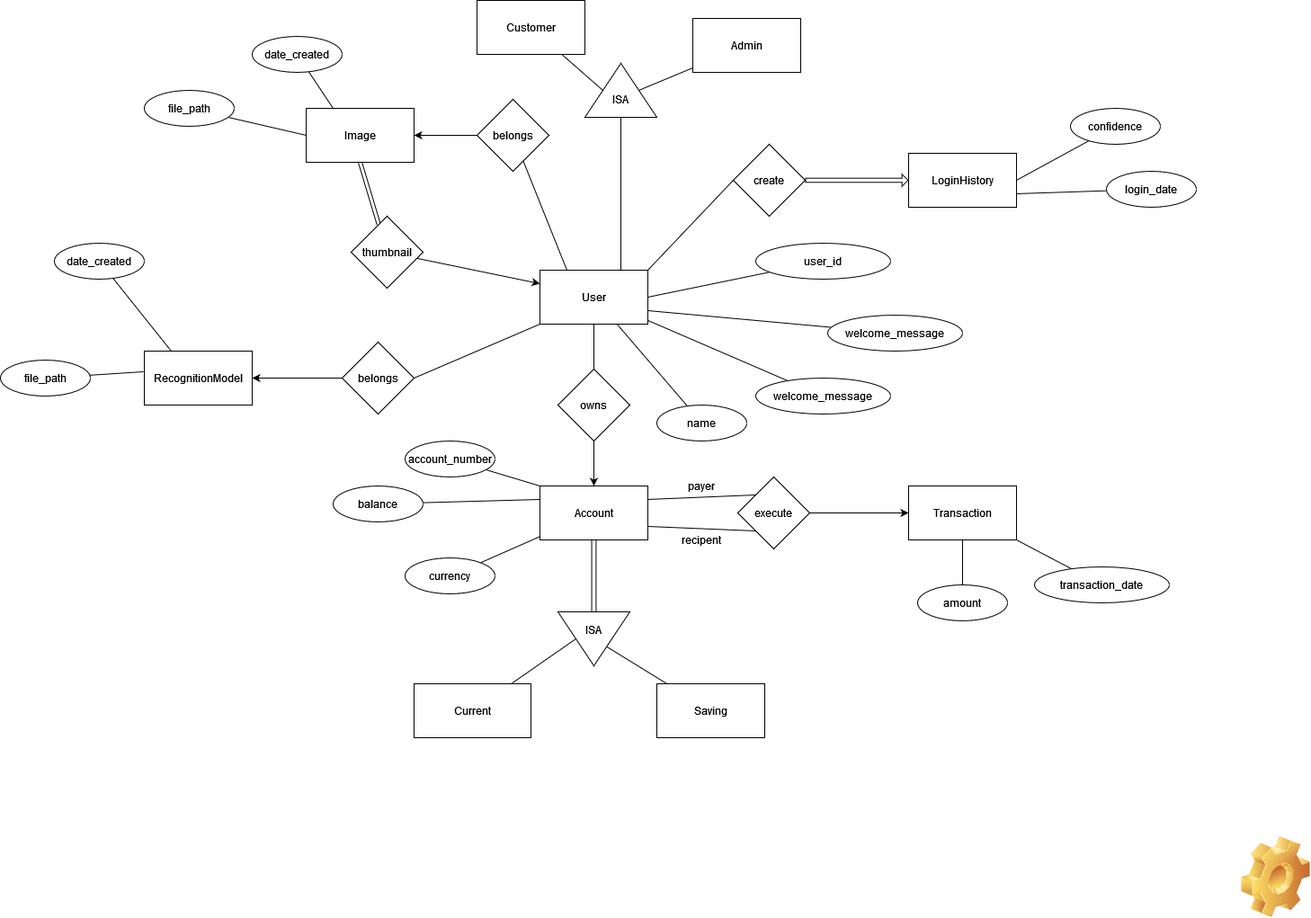
The draw.io diagram er_diagram.png in ivan-ngchakming/Intelligent-Know-Your-Customer, before a commit. Source tidied: cells renumbered, new cells last; positions are measured from the earlier drawing's top-left corner, leaving out a move shared by most shapes.
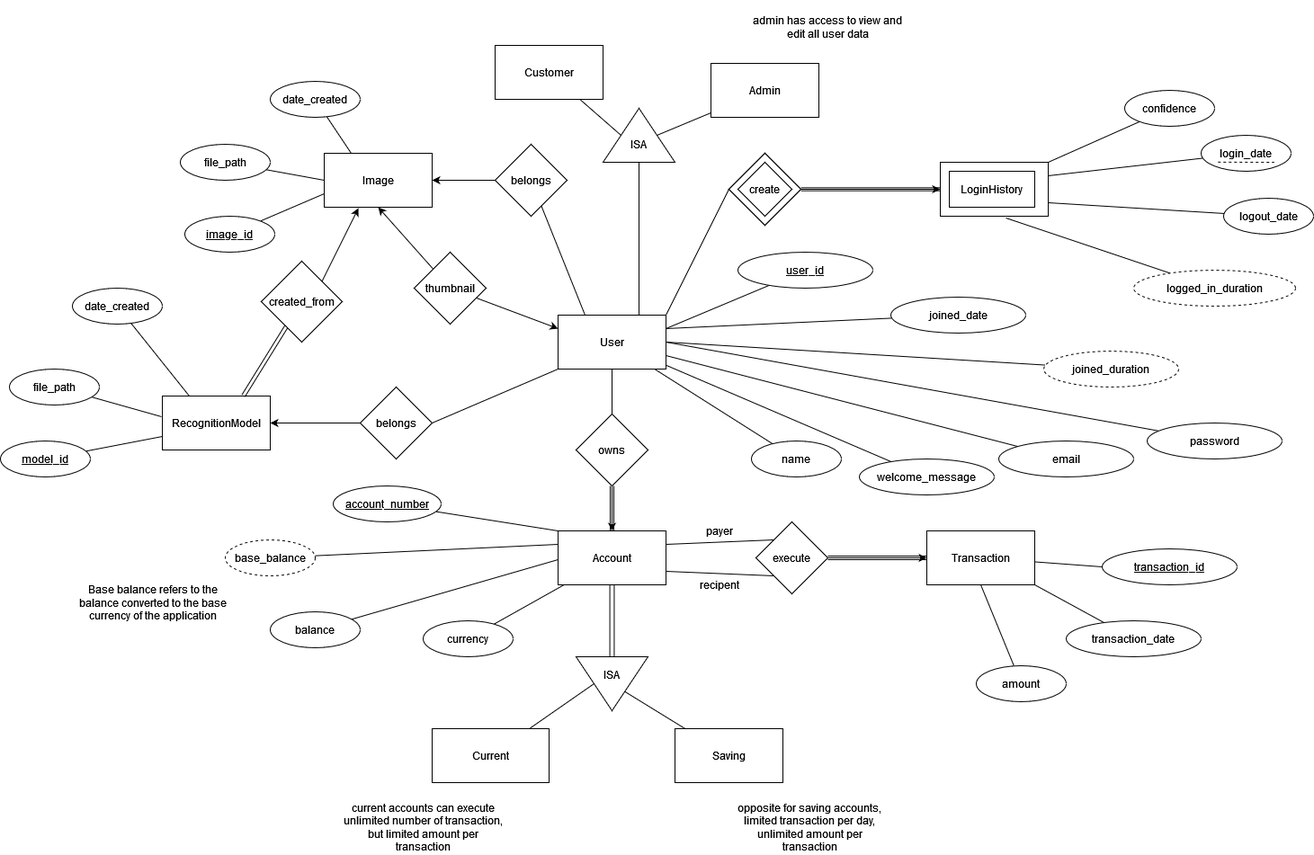
After the change.

What changed in the source:
```diff
@@ -7,14 +7,14 @@
     </mxCell>
-    <mxCell id="3" style="edgeStyle=none;rounded=0;jettySize=auto;html=1;entryX=0;entryY=0.5;entryDx=0;entryDy=0;startArrow=none;startFill=0;endArrow=block;endFill=0;shape=flexArrow;width=4.571428571428571;endSize=1.9542857142857142;endWidth=7.673469387755103;" parent="1" edge="1" source="4" target="13">
+    <mxCell id="3" style="edgeStyle=none;rounded=0;jettySize=auto;html=1;entryX=0;entryY=0.5;entryDx=0;entryDy=0;startArrow=none;startFill=0;endArrow=classic;endFill=1;endWidth=7.673469387755103;" parent="1" edge="1" source="4" target="13">
       <mxGeometry relative="1" as="geometry" />
     </mxCell>
+    <mxCell id="78" style="edgeStyle=none;rounded=0;jettySize=auto;html=1;entryX=0;entryY=0.5;entryDx=0;entryDy=0;endArrow=classic;endFill=1;shape=link;width=3.333333333333332;" parent="1" edge="1" source="4" target="13">
+      <mxGeometry relative="1" as="geometry" />
+    </mxCell>
     <mxCell id="4" value="create" style="rhombus;whiteSpace=wrap;html=1;" parent="1" vertex="1">
-      <mxGeometry x="815" y="160" width="80" height="80" as="geometry" />
+      <mxGeometry x="790" y="120" width="80" height="80" as="geometry" />
     </mxCell>
-    <mxCell id="5" style="edgeStyle=none;rounded=0;jettySize=auto;html=1;entryX=1;entryY=0.75;entryDx=0;entryDy=0;startArrow=none;startFill=0;endArrow=none;endFill=0;" parent="1" edge="1" source="6" target="13">
+    <mxCell id="5" style="edgeStyle=none;rounded=0;jettySize=auto;html=1;entryX=1;entryY=0.25;entryDx=0;entryDy=0;startArrow=none;startFill=0;endArrow=none;endFill=0;" parent="1" edge="1" source="6" target="13">
       <mxGeometry relative="1" as="geometry" />
     </mxCell>
-    <mxCell id="6" value="login_date" style="ellipse;whiteSpace=wrap;html=1;" parent="1" vertex="1">
-      <mxGeometry x="1230" y="190" width="100" height="40" as="geometry" />
-    </mxCell>
     <mxCell id="7" style="edgeStyle=none;rounded=0;jettySize=auto;html=1;startArrow=none;startFill=0;endArrow=none;endFill=0;" parent="1" edge="1" source="8" target="12">
@@ -23,3 +23,3 @@
     <mxCell id="8" value="name" style="ellipse;whiteSpace=wrap;html=1;" parent="1" vertex="1">
-      <mxGeometry x="730" y="450" width="100" height="40" as="geometry" />
+      <mxGeometry x="815" y="440" width="100" height="40" as="geometry" />
     </mxCell>
@@ -29,3 +29,3 @@
     <mxCell id="10" value="welcome_message" style="ellipse;whiteSpace=wrap;html=1;" parent="1" vertex="1">
-      <mxGeometry x="840" y="420" width="150" height="40" as="geometry" />
+      <mxGeometry x="935" y="460" width="150" height="40" as="geometry" />
     </mxCell>
@@ -37,5 +37,2 @@
     </mxCell>
-    <mxCell id="13" value="LoginHistory" style="rounded=0;whiteSpace=wrap;html=1;" parent="1" vertex="1">
-      <mxGeometry x="1010" y="170" width="120" height="60" as="geometry" />
-    </mxCell>
     <mxCell id="14" style="edgeStyle=none;rounded=0;jettySize=auto;html=1;startArrow=none;startFill=0;endArrow=none;endFill=0;strokeWidth=1;exitX=1;exitY=0.25;exitDx=0;exitDy=0;entryX=0;entryY=0;entryDx=0;entryDy=0;" parent="1" edge="1" source="16" target="28">
@@ -46,2 +43,5 @@
     </mxCell>
+    <mxCell id="79" style="edgeStyle=none;shape=link;rounded=0;jettySize=auto;html=1;endArrow=classic;endFill=1;" parent="1" edge="1" source="16" target="21">
+      <mxGeometry relative="1" as="geometry" />
+    </mxCell>
     <mxCell id="16" value="Account" style="rounded=0;whiteSpace=wrap;html=1;" parent="1" vertex="1">
@@ -53,3 +53,3 @@
     <mxCell id="18" value="currency" style="ellipse;whiteSpace=wrap;html=1;" parent="1" vertex="1">
-      <mxGeometry x="450" y="620" width="100" height="40" as="geometry" />
+      <mxGeometry x="450" y="640" width="100" height="40" as="geometry" />
     </mxCell>
@@ -64,7 +64,9 @@
     </mxCell>
-    <mxCell id="22" style="edgeStyle=none;rounded=0;jettySize=auto;html=1;startArrow=none;startFill=0;endArrow=none;endFill=0;strokeWidth=1;entryX=0;entryY=0.25;entryDx=0;entryDy=0;" parent="1" edge="1" source="23" target="16">
-      <mxGeometry relative="1" as="geometry" />
+    <mxCell id="22" style="edgeStyle=none;rounded=0;jettySize=auto;html=1;startArrow=none;startFill=0;endArrow=none;endFill=0;strokeWidth=1;" parent="1" edge="1" source="23">
+      <mxGeometry relative="1" as="geometry">
+        <mxPoint x="600" y="572" as="targetPoint" />
+      </mxGeometry>
     </mxCell>
     <mxCell id="23" value="balance" style="ellipse;whiteSpace=wrap;html=1;" parent="1" vertex="1">
-      <mxGeometry x="370" y="540" width="100" height="40" as="geometry" />
+      <mxGeometry x="280" y="630" width="100" height="40" as="geometry" />
     </mxCell>
@@ -73,5 +75,8 @@
     </mxCell>
-    <mxCell id="25" value="account_number" style="ellipse;whiteSpace=wrap;html=1;" parent="1" vertex="1">
-      <mxGeometry x="450" y="490" width="100" height="40" as="geometry" />
+    <mxCell id="25" value="account_number" style="ellipse;whiteSpace=wrap;html=1;fontStyle=4;" parent="1" vertex="1">
+      <mxGeometry x="350" y="490" width="120" height="40" as="geometry" />
     </mxCell>
+    <mxCell id="80" style="edgeStyle=none;rounded=0;jettySize=auto;html=1;entryX=0;entryY=0.5;entryDx=0;entryDy=0;endArrow=none;endFill=0;" parent="1" edge="1" source="26" target="84">
+      <mxGeometry relative="1" as="geometry" />
+    </mxCell>
     <mxCell id="26" value="Transaction" style="rounded=0;whiteSpace=wrap;html=1;" parent="1" vertex="1">
@@ -82,2 +87,5 @@
     </mxCell>
+    <mxCell id="81" style="edgeStyle=none;rounded=0;jettySize=auto;html=1;endArrow=none;endFill=0;shape=link;" parent="1" edge="1" source="28" target="26">
+      <mxGeometry relative="1" as="geometry" />
+    </mxCell>
     <mxCell id="28" value="execute" style="rhombus;whiteSpace=wrap;html=1;" parent="1" vertex="1">
@@ -122,3 +130,3 @@
     <mxCell id="41" value="amount" style="ellipse;whiteSpace=wrap;html=1;" parent="1" vertex="1">
-      <mxGeometry x="1020" y="650" width="100" height="40" as="geometry" />
+      <mxGeometry x="1065" y="690" width="100" height="40" as="geometry" />
     </mxCell>
@@ -128,3 +136,3 @@
     <mxCell id="43" value="transaction_date" style="ellipse;whiteSpace=wrap;html=1;" parent="1" vertex="1">
-      <mxGeometry x="1150" y="630" width="150" height="40" as="geometry" />
+      <mxGeometry x="1165" y="640" width="150" height="40" as="geometry" />
     </mxCell>
@@ -146,3 +154,3 @@
     <mxCell id="49" value="file_path" style="ellipse;whiteSpace=wrap;html=1;" parent="1" vertex="1">
-      <mxGeometry x="160" y="100" width="100" height="40" as="geometry" />
+      <mxGeometry x="180" y="110" width="100" height="40" as="geometry" />
     </mxCell>
@@ -164,3 +172,3 @@
     <mxCell id="55" value="file_path" style="ellipse;whiteSpace=wrap;html=1;" parent="1" vertex="1">
-      <mxGeometry y="400" width="100" height="40" as="geometry" />
+      <mxGeometry x="-10" y="360" width="100" height="40" as="geometry" />
     </mxCell>
@@ -178,3 +186,3 @@
     </mxCell>
-    <mxCell id="60" style="edgeStyle=none;rounded=0;jettySize=auto;html=1;startArrow=none;startFill=0;endArrow=none;endFill=0;strokeWidth=1;entryX=1;entryY=0.5;entryDx=0;entryDy=0;" parent="1" edge="1" source="61" target="13">
+    <mxCell id="60" style="edgeStyle=none;rounded=0;jettySize=auto;html=1;startArrow=none;startFill=0;endArrow=none;endFill=0;strokeWidth=1;entryX=1;entryY=0;entryDx=0;entryDy=0;" parent="1" edge="1" source="61" target="13">
       <mxGeometry relative="1" as="geometry" />
@@ -182,7 +190,4 @@
     <mxCell id="61" value="confidence" style="ellipse;whiteSpace=wrap;html=1;" parent="1" vertex="1">
-      <mxGeometry x="1190" y="120" width="100" height="40" as="geometry" />
+      <mxGeometry x="1230" y="50" width="100" height="40" as="geometry" />
     </mxCell>
-    <mxCell id="62" style="shape=image;html=1;verticalLabelPosition=bottom;verticalAlign=top;imageAspect=1;image=img/clipart/Gear_128x128.png;strokeColor=default;strokeWidth=0;" parent="1" vertex="1">
-      <mxGeometry x="1380" y="930" width="76.7" height="90" as="geometry" />
-    </mxCell>
     <mxCell id="63" style="edgeStyle=none;rounded=0;jettySize=auto;html=1;entryX=0;entryY=0.25;entryDx=0;entryDy=0;startArrow=none;startFill=0;endArrow=classic;endFill=1;strokeWidth=1;" parent="1" edge="1" source="65" target="12">
@@ -190,3 +195,3 @@
     </mxCell>
-    <mxCell id="64" style="edgeStyle=none;rounded=0;jettySize=auto;html=1;entryX=0.5;entryY=1;entryDx=0;entryDy=0;startArrow=none;startFill=0;endArrow=classic;endFill=1;strokeWidth=1;shape=link;" parent="1" edge="1" source="65" target="44">
+    <mxCell id="64" style="edgeStyle=none;rounded=0;jettySize=auto;html=1;entryX=0.5;entryY=1;entryDx=0;entryDy=0;startArrow=none;startFill=0;endArrow=classic;endFill=1;strokeWidth=1;" parent="1" edge="1" source="65" target="44">
       <mxGeometry relative="1" as="geometry" />
@@ -194,3 +199,3 @@
     <mxCell id="65" value="thumbnail" style="rhombus;whiteSpace=wrap;html=1;" parent="1" vertex="1">
-      <mxGeometry x="390" y="240" width="80" height="80" as="geometry" />
+      <mxGeometry x="440" y="230" width="80" height="80" as="geometry" />
     </mxCell>
@@ -220,7 +225,7 @@
     </mxCell>
-    <mxCell id="74" style="edgeStyle=none;rounded=0;jettySize=auto;html=1;entryX=1;entryY=0.5;entryDx=0;entryDy=0;startArrow=none;startFill=0;endArrow=none;endFill=0;strokeWidth=1;" parent="1" edge="1" source="75" target="12">
+    <mxCell id="74" style="edgeStyle=none;rounded=0;jettySize=auto;html=1;entryX=1;entryY=0.25;entryDx=0;entryDy=0;startArrow=none;startFill=0;endArrow=none;endFill=0;strokeWidth=1;" parent="1" edge="1" source="75" target="12">
       <mxGeometry relative="1" as="geometry" />
     </mxCell>
-    <mxCell id="75" value="user_id" style="ellipse;whiteSpace=wrap;html=1;" parent="1" vertex="1">
-      <mxGeometry x="840" y="270" width="150" height="40" as="geometry" />
+    <mxCell id="75" value="user_id" style="ellipse;whiteSpace=wrap;html=1;fontStyle=4;" parent="1" vertex="1">
+      <mxGeometry x="800" y="230" width="150" height="40" as="geometry" />
     </mxCell>
@@ -229,5 +234,107 @@
     </mxCell>
-    <mxCell id="77" value="welcome_message" style="ellipse;whiteSpace=wrap;html=1;" parent="1" vertex="1">
-      <mxGeometry x="920" y="350" width="150" height="40" as="geometry" />
+    <mxCell id="77" value="email" style="ellipse;whiteSpace=wrap;html=1;" parent="1" vertex="1">
+      <mxGeometry x="1090" y="440" width="150" height="40" as="geometry" />
     </mxCell>
+    <mxCell id="82" style="rounded=0;jettySize=auto;html=1;entryX=1;entryY=0.5;entryDx=0;entryDy=0;endArrow=none;endFill=0;" parent="1" edge="1" source="83" target="12">
+      <mxGeometry relative="1" as="geometry" />
+    </mxCell>
+    <mxCell id="83" value="password" style="ellipse;whiteSpace=wrap;html=1;" parent="1" vertex="1">
+      <mxGeometry x="1255" y="420" width="150" height="40" as="geometry" />
+    </mxCell>
+    <mxCell id="84" value="&lt;u&gt;transaction_id&lt;/u&gt;" style="ellipse;whiteSpace=wrap;html=1;" parent="1" vertex="1">
+      <mxGeometry x="1205" y="560" width="150" height="40" as="geometry" />
+    </mxCell>
+    <mxCell id="85" style="edgeStyle=none;rounded=0;jettySize=auto;html=1;entryX=0;entryY=0.75;entryDx=0;entryDy=0;endArrow=none;endFill=0;" parent="1" edge="1" source="86" target="50">
+      <mxGeometry relative="1" as="geometry" />
+    </mxCell>
+    <mxCell id="86" value="model_id" style="ellipse;whiteSpace=wrap;html=1;fontStyle=4;" parent="1" vertex="1">
+      <mxGeometry x="-20" y="440" width="100" height="40" as="geometry" />
+    </mxCell>
+    <mxCell id="87" style="edgeStyle=none;rounded=0;jettySize=auto;html=1;entryX=0;entryY=0.75;entryDx=0;entryDy=0;endArrow=none;endFill=0;" parent="1" edge="1" source="88" target="44">
+      <mxGeometry relative="1" as="geometry" />
+    </mxCell>
+    <mxCell id="88" value="image_id" style="ellipse;whiteSpace=wrap;html=1;fontStyle=4;" parent="1" vertex="1">
+      <mxGeometry x="185" y="190" width="100" height="40" as="geometry" />
+    </mxCell>
+    <mxCell id="89" style="edgeStyle=none;rounded=0;jettySize=auto;html=1;endArrow=none;endFill=0;entryX=0.75;entryY=0;entryDx=0;entryDy=0;shape=link;" parent="1" edge="1" source="91" target="50">
+      <mxGeometry relative="1" as="geometry" />
+    </mxCell>
+    <mxCell id="90" style="edgeStyle=none;rounded=0;jettySize=auto;html=1;exitX=1;exitY=0;exitDx=0;exitDy=0;entryX=0.317;entryY=1.017;entryDx=0;entryDy=0;entryPerimeter=0;endArrow=classic;endFill=1;" parent="1" edge="1" source="91" target="44">
+      <mxGeometry relative="1" as="geometry" />
+    </mxCell>
+    <mxCell id="91" value="created_from" style="rhombus;whiteSpace=wrap;html=1;" parent="1" vertex="1">
+      <mxGeometry x="270" y="240" width="90" height="90" as="geometry" />
+    </mxCell>
+    <mxCell id="92" style="edgeStyle=none;rounded=0;jettySize=auto;html=1;entryX=1;entryY=0.25;entryDx=0;entryDy=0;endArrow=none;endFill=0;" parent="1" edge="1" source="93" target="12">
+      <mxGeometry relative="1" as="geometry" />
+    </mxCell>
+    <mxCell id="93" value="joined_date" style="ellipse;whiteSpace=wrap;html=1;" parent="1" vertex="1">
+      <mxGeometry x="970" y="280" width="150" height="40" as="geometry" />
+    </mxCell>
+    <mxCell id="94" style="edgeStyle=none;rounded=0;jettySize=auto;html=1;entryX=1;entryY=0.5;entryDx=0;entryDy=0;endArrow=none;endFill=0;" parent="1" edge="1" source="95" target="12">
+      <mxGeometry relative="1" as="geometry" />
+    </mxCell>
+    <mxCell id="95" value="joined_duration" style="ellipse;whiteSpace=wrap;html=1;dashed=1;" parent="1" vertex="1">
+      <mxGeometry x="1140" y="340" width="150" height="40" as="geometry" />
+    </mxCell>
+    <mxCell id="96" style="group;" parent="1" vertex="1">
+      <mxGeometry x="1025" y="130" width="120" height="60" as="geometry" />
+    </mxCell>
+    <mxCell id="13" value="LoginHistory" style="rounded=0;whiteSpace=wrap;html=1;" parent="96" vertex="1">
+      <mxGeometry width="120" height="60" as="geometry" />
+    </mxCell>
+    <mxCell id="97" value="LoginHistory" style="rounded=0;whiteSpace=wrap;html=1;" parent="96" vertex="1">
+      <mxGeometry x="10" y="10" width="95" height="40" as="geometry" />
+    </mxCell>
+    <mxCell id="98" style="group;" parent="1" vertex="1">
+      <mxGeometry x="790" y="120" width="80" height="80" as="geometry" />
+    </mxCell>
+    <mxCell id="99" value="create" style="rhombus;whiteSpace=wrap;html=1;" parent="98" vertex="1">
+      <mxGeometry width="80" height="80" as="geometry" />
+    </mxCell>
+    <mxCell id="100" value="create" style="rhombus;whiteSpace=wrap;html=1;" parent="98" vertex="1">
+      <mxGeometry x="10" y="10" width="60" height="60" as="geometry" />
+    </mxCell>
+    <mxCell id="101" style="group;" parent="1" vertex="1">
+      <mxGeometry x="1315" y="100" width="100" height="40" as="geometry" />
+    </mxCell>
+    <mxCell id="6" value="login_date" style="ellipse;whiteSpace=wrap;html=1;" parent="101" vertex="1">
+      <mxGeometry width="100" height="40" as="geometry" />
+    </mxCell>
+    <mxCell id="102" style="endArrow=none;dashed=1;html=1;" parent="101" edge="1">
+      <mxGeometry relative="1" as="geometry">
+        <mxPoint x="18.8" y="29.8" as="sourcePoint" />
+        <mxPoint x="81.2" y="30" as="targetPoint" />
+      </mxGeometry>
+    </mxCell>
+    <mxCell id="103" style="edgeStyle=none;rounded=0;jettySize=auto;html=1;entryX=0;entryY=0.25;entryDx=0;entryDy=0;endArrow=none;endFill=0;" parent="1" edge="1" source="104" target="16">
+      <mxGeometry relative="1" as="geometry" />
+    </mxCell>
+    <mxCell id="104" value="base_balance" style="ellipse;whiteSpace=wrap;html=1;dashed=1;" parent="1" vertex="1">
+      <mxGeometry x="230" y="550" width="100" height="40" as="geometry" />
+    </mxCell>
+    <mxCell id="105" value="Base balance refers to the balance converted to the base currency of the application" style="text;html=1;strokeColor=none;fillColor=none;align=center;verticalAlign=middle;whiteSpace=wrap;rounded=0;dashed=1;" parent="1" vertex="1">
+      <mxGeometry x="60" y="590" width="180" height="60" as="geometry" />
+    </mxCell>
+    <mxCell id="106" value="current accounts can execute unlimited number of transaction, but limited amount per transaction" style="text;html=1;strokeColor=none;fillColor=none;align=center;verticalAlign=middle;whiteSpace=wrap;rounded=0;dashed=1;" parent="1" vertex="1">
+      <mxGeometry x="360" y="840" width="180" height="60" as="geometry" />
+    </mxCell>
+    <mxCell id="107" value="opposite for saving accounts, limited transaction per day, unlimited amount per transaction" style="text;html=1;strokeColor=none;fillColor=none;align=center;verticalAlign=middle;whiteSpace=wrap;rounded=0;dashed=1;" parent="1" vertex="1">
+      <mxGeometry x="790" y="840" width="180" height="60" as="geometry" />
+    </mxCell>
+    <mxCell id="108" value="admin has access to view and edit all user data" style="text;html=1;strokeColor=none;fillColor=none;align=center;verticalAlign=middle;whiteSpace=wrap;rounded=0;dashed=1;" parent="1" vertex="1">
+      <mxGeometry x="810" y="-50" width="180" height="60" as="geometry" />
+    </mxCell>
+    <mxCell id="109" style="edgeStyle=none;rounded=0;jettySize=auto;html=1;entryX=1;entryY=0.75;entryDx=0;entryDy=0;endArrow=none;endFill=0;" parent="1" edge="1" source="110" target="13">
+      <mxGeometry relative="1" as="geometry" />
+    </mxCell>
+    <mxCell id="110" value="logout_date" style="ellipse;whiteSpace=wrap;html=1;" parent="1" vertex="1">
+      <mxGeometry x="1340" y="170" width="100" height="40" as="geometry" />
+    </mxCell>
+    <mxCell id="111" style="edgeStyle=none;rounded=0;jettySize=auto;html=1;entryX=0.608;entryY=1.033;entryDx=0;entryDy=0;entryPerimeter=0;endArrow=none;endFill=0;" parent="1" edge="1" source="112" target="13">
+      <mxGeometry relative="1" as="geometry" />
+    </mxCell>
+    <mxCell id="112" value="logged_in_duration" style="ellipse;whiteSpace=wrap;html=1;dashed=1;" parent="1" vertex="1">
+      <mxGeometry x="1240" y="250" width="180" height="40" as="geometry" />
+    </mxCell>
   </root>
```
